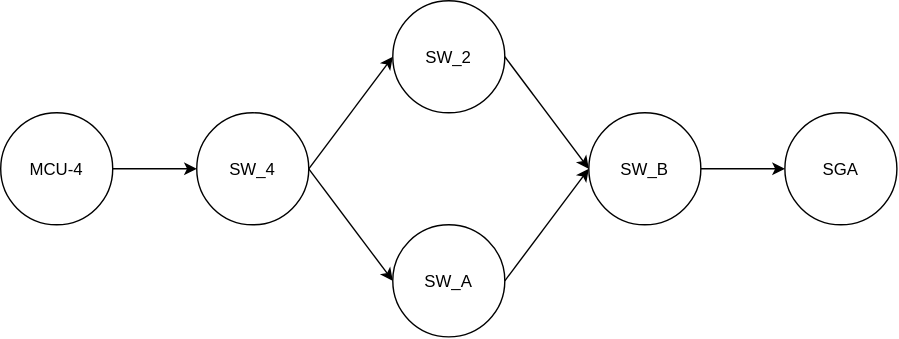
Fre-Ar/RSIS keeps this draw.io diagram as Figs/CB-aware.svg. Above is the earlier version. Source tidied: cells renumbered, new cells last; positions are measured from the earlier drawing's top-left corner, leaving out a move shared by most shapes.
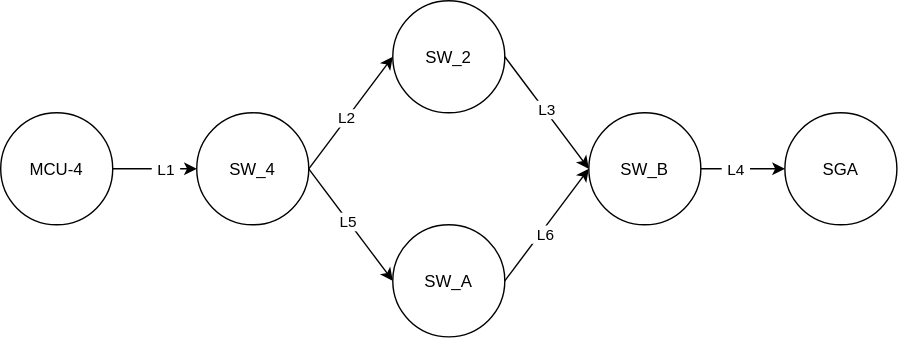
The same diagram one commit later.

The edit, as a diff of the source:
```diff
@@ -20,23 +20,43 @@
     <mxCell id="7" style="endArrow=classic;html=1;rounded=0;defaultLabelBackgroundColor=page;labelPadding=0 4;exitX=1;exitY=0.5;exitDx=0;exitDy=0;entryX=0;entryY=0.5;entryDx=0;entryDy=0;" parent="1" edge="1" source="2" target="3">
       <mxGeometry relative="1" as="geometry" />
     </mxCell>
+    <mxCell id="14" value="L1" style="edgeLabel;html=1;align=center;verticalAlign=middle;inheritText=1;defaultLabelBackgroundColor=page;labelPadding=0 4;" parent="7" vertex="1">
+      <mxGeometry x="0.23" relative="1" as="geometry" />
+    </mxCell>
     <mxCell id="8" style="endArrow=classic;html=1;rounded=0;defaultLabelBackgroundColor=page;labelPadding=0 4;exitX=1;exitY=0.5;exitDx=0;exitDy=0;entryX=0;entryY=0.5;entryDx=0;entryDy=0;" parent="1" edge="1" source="3" target="4">
       <mxGeometry relative="1" as="geometry" />
     </mxCell>
+    <mxCell id="15" value="L2" style="edgeLabel;html=1;align=center;verticalAlign=middle;inheritText=1;defaultLabelBackgroundColor=page;labelPadding=0 4;" parent="8" vertex="1">
+      <mxGeometry x="-0.11" y="1" relative="1" as="geometry" />
+    </mxCell>
     <mxCell id="9" style="endArrow=classic;html=1;rounded=0;defaultLabelBackgroundColor=page;labelPadding=0 4;exitX=1;exitY=0.5;exitDx=0;exitDy=0;entryX=0;entryY=0.5;entryDx=0;entryDy=0;" parent="1" edge="1" source="4" target="5">
       <mxGeometry relative="1" as="geometry" />
     </mxCell>
+    <mxCell id="16" value="L3" style="edgeLabel;html=1;align=center;verticalAlign=middle;inheritText=1;defaultLabelBackgroundColor=page;labelPadding=0 4;" parent="9" vertex="1">
+      <mxGeometry x="-0.04" y="1" relative="1" as="geometry" />
+    </mxCell>
     <mxCell id="10" style="endArrow=classic;html=1;rounded=0;defaultLabelBackgroundColor=page;labelPadding=0 4;exitX=1;exitY=0.5;exitDx=0;exitDy=0;entryX=0;entryY=0.5;entryDx=0;entryDy=0;" parent="1" edge="1" source="5" target="6">
       <mxGeometry relative="1" as="geometry" />
     </mxCell>
+    <mxCell id="17" value="L4" style="edgeLabel;html=1;align=center;verticalAlign=middle;inheritText=1;defaultLabelBackgroundColor=page;labelPadding=0 4;" parent="10" vertex="1">
+      <mxGeometry x="-0.21" relative="1" as="geometry" />
+    </mxCell>
     <mxCell id="11" value="SW_A" style="ellipse;whiteSpace=wrap;html=1;shapeInside=1;" parent="1" vertex="1">
       <mxGeometry x="280" y="160" width="80" height="80" as="geometry" />
     </mxCell>
     <mxCell id="12" style="endArrow=classic;html=1;rounded=0;defaultLabelBackgroundColor=page;labelPadding=0 4;exitX=1;exitY=0.5;exitDx=0;exitDy=0;entryX=0;entryY=0.5;entryDx=0;entryDy=0;" parent="1" edge="1" source="3" target="11">
       <mxGeometry relative="1" as="geometry" />
     </mxCell>
+    <mxCell id="18" value="L5" style="edgeLabel;html=1;align=center;verticalAlign=middle;inheritText=1;defaultLabelBackgroundColor=page;labelPadding=0 4;" parent="12" vertex="1">
+      <mxGeometry x="-0.07" relative="1" as="geometry">
+        <mxPoint x="-1" as="offset" />
+      </mxGeometry>
+    </mxCell>
     <mxCell id="13" style="endArrow=classic;html=1;rounded=0;defaultLabelBackgroundColor=page;labelPadding=0 4;exitX=1;exitY=0.5;exitDx=0;exitDy=0;entryX=0;entryY=0.5;entryDx=0;entryDy=0;" parent="1" edge="1" source="11" target="5">
       <mxGeometry relative="1" as="geometry" />
     </mxCell>
+    <mxCell id="19" value="L6" style="edgeLabel;html=1;align=center;verticalAlign=middle;inheritText=1;defaultLabelBackgroundColor=page;labelPadding=0 4;" parent="13" vertex="1">
+      <mxGeometry x="-0.12" y="-2" relative="1" as="geometry" />
+    </mxCell>
   </root>
 </mxGraphModel>
```
